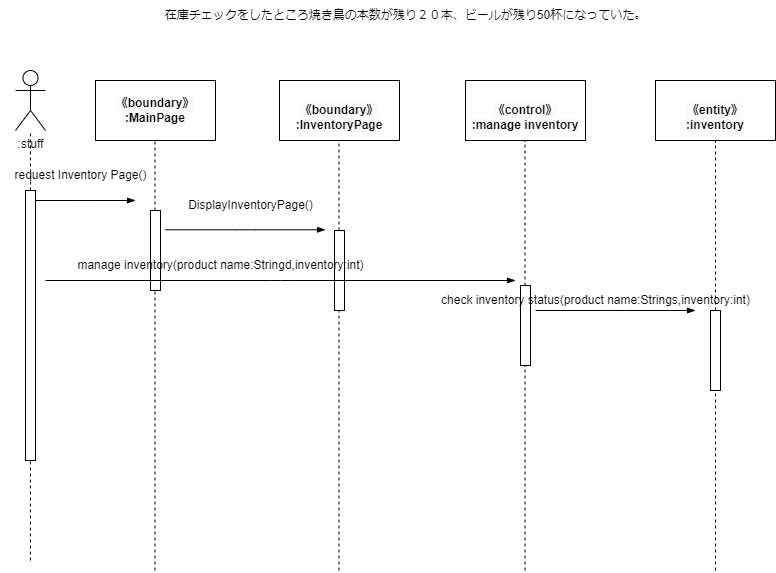
Above: psp4/シーケンス図/シーケンス図_在庫管理.drawio.png in MasakiHiguchi/--- (draw.io), before the change. Source tidied: cells renumbered, new cells last; positions are measured from the earlier drawing's top-left corner, leaving out a move shared by most shapes.
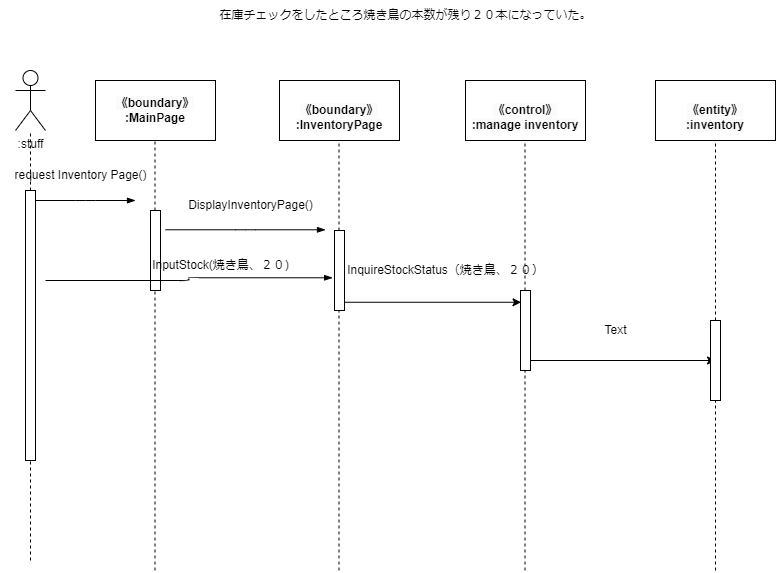
The same file after the commit.

Change to the diagram source:
```diff
@@ -40,8 +40,8 @@
         <mxPoint x="338.5" y="140" as="targetPoint" />
       </mxGeometry>
     </mxCell>
-    <mxCell id="12" value="在庫チェックをしたところ焼き鳥の本数が残り２０本、ビールが残り50杯になっていた。" style="text;html=1;align=center;verticalAlign=middle;strokeColor=none;fillColor=none;" parent="1" vertex="1">
-      <mxGeometry x="155" width="500" height="30" as="geometry" />
+    <mxCell id="12" value="在庫チェックをしたところ焼き鳥の本数が残り２０本になっていた。" style="text;html=1;align=center;verticalAlign=middle;strokeColor=none;fillColor=none;" parent="1" vertex="1">
+      <mxGeometry x="205" width="400" height="30" as="geometry" />
     </mxCell>
     <mxCell id="13" style="endArrow=none;dashed=1;html=1;" parent="1" edge="1" target="14">
       <mxGeometry relative="1" as="geometry">
@@ -82,42 +82,44 @@
         <mxPoint x="338.5" y="570" as="sourcePoint" />
       </mxGeometry>
     </mxCell>
+    <mxCell id="31" style="edgeStyle=none;html=1;entryX=0.053;entryY=0.147;entryDx=0;entryDy=0;entryPerimeter=0;" parent="1" edge="1" source="22" target="26">
+      <mxGeometry relative="1" as="geometry" />
+    </mxCell>
     <mxCell id="22" style="html=1;points=[];perimeter=orthogonalPerimeter;" parent="1" vertex="1">
       <mxGeometry x="334" y="230" width="10" height="80" as="geometry" />
     </mxCell>
-    <mxCell id="23" style="edgeStyle=elbowEdgeStyle;fontSize=12;html=1;endArrow=blockThin;endFill=1;" parent="1" edge="1">
+    <mxCell id="23" style="edgeStyle=elbowEdgeStyle;fontSize=12;html=1;endArrow=blockThin;endFill=1;entryX=-0.189;entryY=0.591;entryDx=0;entryDy=0;entryPerimeter=0;" parent="1" edge="1" target="22">
       <mxGeometry relative="1" as="geometry">
         <mxPoint x="45" y="280" as="sourcePoint" />
-        <mxPoint x="515" y="280" as="targetPoint" />
       </mxGeometry>
     </mxCell>
-    <mxCell id="24" value="manage inventory(product name:Stringd,inventory:int)" style="text;html=1;align=center;verticalAlign=middle;strokeColor=none;fillColor=none;" parent="1" vertex="1">
-      <mxGeometry x="65" y="250" width="310" height="30" as="geometry" />
+    <mxCell id="24" value="InputStock(焼き鳥、２０)" style="text;html=1;align=center;verticalAlign=middle;strokeColor=none;fillColor=none;" parent="1" vertex="1">
+      <mxGeometry x="140" y="250" width="160" height="30" as="geometry" />
     </mxCell>
     <mxCell id="25" style="endArrow=none;dashed=1;html=1;" parent="1" edge="1" target="26">
       <mxGeometry relative="1" as="geometry">
         <mxPoint x="524.5" y="570" as="sourcePoint" />
       </mxGeometry>
     </mxCell>
+    <mxCell id="32" style="edgeStyle=none;html=1;entryX=0.5;entryY=0.5;entryDx=0;entryDy=0;entryPerimeter=0;" parent="1" edge="1" source="26" target="30">
+      <mxGeometry relative="1" as="geometry" />
+    </mxCell>
     <mxCell id="26" style="html=1;points=[];perimeter=orthogonalPerimeter;" parent="1" vertex="1">
-      <mxGeometry x="520" y="285" width="10" height="80" as="geometry" />
+      <mxGeometry x="520" y="290" width="10" height="80" as="geometry" />
     </mxCell>
-    <mxCell id="27" style="edgeStyle=elbowEdgeStyle;fontSize=12;html=1;endArrow=blockThin;endFill=1;" parent="1" edge="1">
-      <mxGeometry relative="1" as="geometry">
-        <mxPoint x="535" y="310" as="sourcePoint" />
-        <mxPoint x="695" y="310" as="targetPoint" />
-      </mxGeometry>
-    </mxCell>
-    <mxCell id="28" value="check inventory status(product name:Strings,inventory:int)" style="text;html=1;align=center;verticalAlign=middle;strokeColor=none;fillColor=none;" parent="1" vertex="1">
-      <mxGeometry x="430" y="285" width="330" height="30" as="geometry" />
-    </mxCell>
     <mxCell id="29" style="endArrow=none;dashed=1;html=1;" parent="1" edge="1" target="30">
       <mxGeometry relative="1" as="geometry">
         <mxPoint x="715" y="570" as="sourcePoint" />
       </mxGeometry>
     </mxCell>
     <mxCell id="30" style="html=1;points=[];perimeter=orthogonalPerimeter;" parent="1" vertex="1">
-      <mxGeometry x="710" y="310" width="10" height="80" as="geometry" />
+      <mxGeometry x="710" y="320" width="10" height="80" as="geometry" />
     </mxCell>
+    <mxCell id="33" value="InquireStockStatus（焼き鳥、２０）" style="text;html=1;align=center;verticalAlign=middle;strokeColor=none;fillColor=none;" parent="1" vertex="1">
+      <mxGeometry x="335" y="255" width="220" height="30" as="geometry" />
+    </mxCell>
+    <mxCell id="34" value="Text" style="text;html=1;align=center;verticalAlign=middle;strokeColor=none;fillColor=none;" parent="1" vertex="1">
+      <mxGeometry x="590" y="315" width="50" height="30" as="geometry" />
+    </mxCell>
   </root>
 </mxGraphModel>
```
